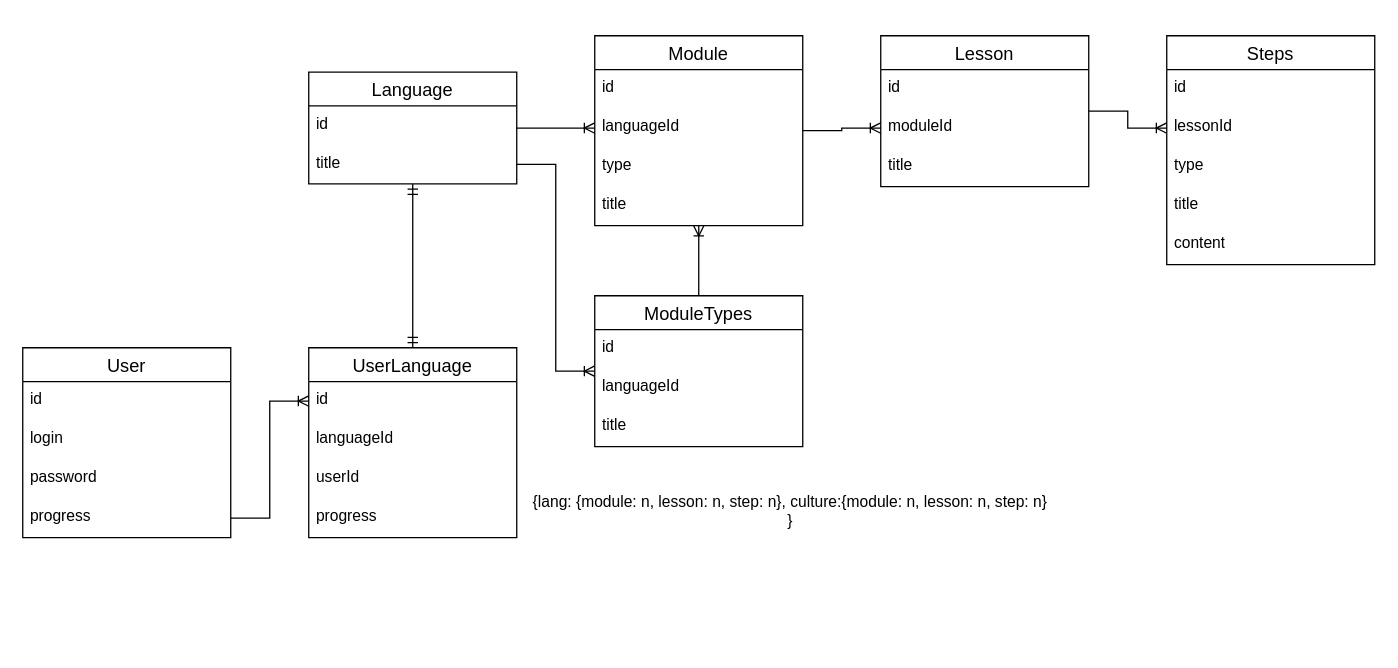
This is server/LearLangServerModel.drawio from Arteminariy/LearnLang, a draw.io file, before an edit. Source tidied: cells renumbered, new cells numbered last; positions are measured from the earlier drawing's top-left corner, leaving out a move shared by most shapes. Both pictures are drawn from the tidied source at 130%, with x=0, y=0 at pixel (22, 35).
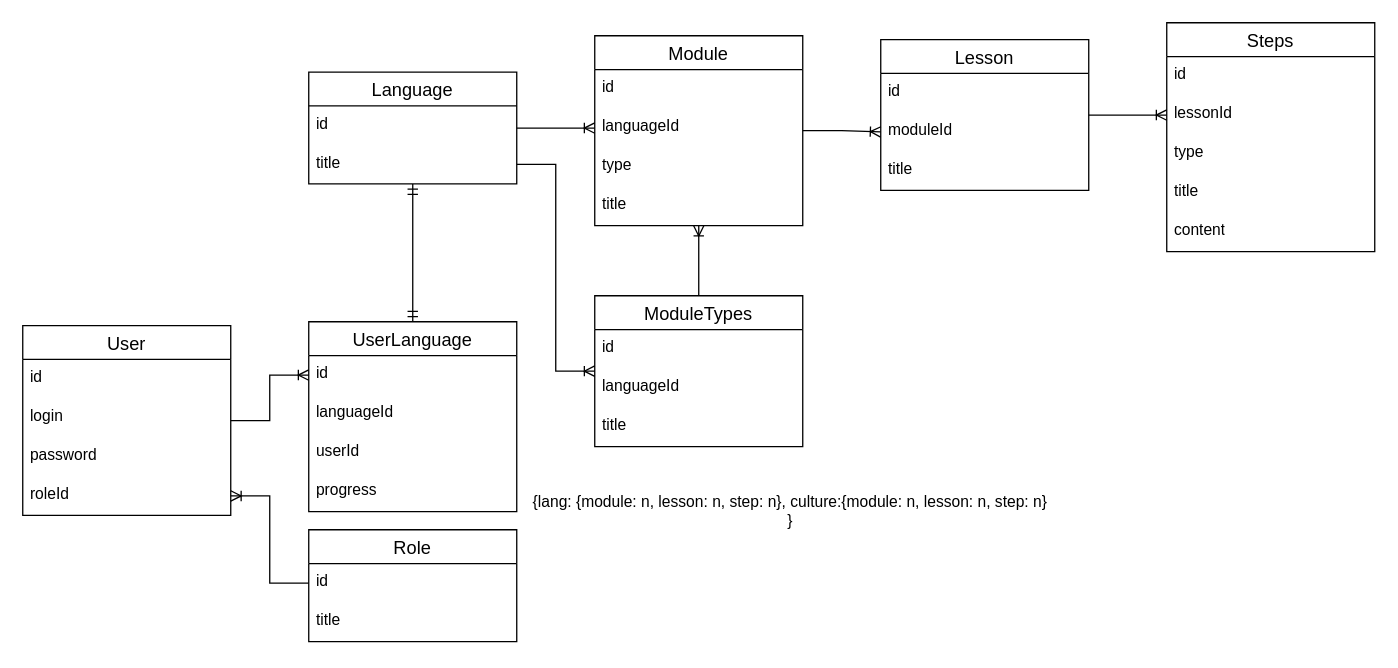
The same page after the edit.

Unchanged cells that the change refers to:
```xml
<mxCell id="29" value="id" style="text;strokeColor=none;fillColor=none;spacingLeft=4;spacingRight=4;overflow=hidden;points=[[0,0.5],[1,0.5]];portConstraint=eastwest;fontSize=12;whiteSpace=wrap;html=1;" parent="28" vertex="1">
  <mxGeometry y="26" width="160" height="30" as="geometry" />
</mxCell>
```

The edit, as a diff of the source:
```diff
@@
     <mxCell id="7" value="Lesson" style="swimlane;fontStyle=0;horizontal=1;startSize=26;align=center;fontSize=14;" parent="1" vertex="1">
-      <mxGeometry x="660" width="160" height="116" as="geometry" />
+      <mxGeometry x="660" y="3" width="160" height="116" as="geometry" />
     </mxCell>
@@
     <mxCell id="16" value="Steps" style="swimlane;fontStyle=0;horizontal=1;startSize=26;align=center;fontSize=14;" parent="1" vertex="1">
-      <mxGeometry x="880" width="160" height="176" as="geometry" />
+      <mxGeometry x="880" y="-10" width="160" height="176" as="geometry" />
     </mxCell>
@@
     <mxCell id="23" value="User" style="swimlane;fontStyle=0;horizontal=1;startSize=26;align=center;fontSize=14;" parent="1" vertex="1">
-      <mxGeometry y="240" width="160" height="146" as="geometry" />
+      <mxGeometry y="223" width="160" height="146" as="geometry" />
     </mxCell>
@@
-    <mxCell id="27" value="progress" style="text;strokeColor=none;fillColor=none;spacingLeft=4;spacingRight=4;overflow=hidden;points=[[0,0.5],[1,0.5]];portConstraint=eastwest;fontSize=12;whiteSpace=wrap;html=1;" parent="23" vertex="1">
-      <mxGeometry y="116" width="160" height="30" as="geometry" />
-    </mxCell>
+    <mxCell id="43" value="roleId" style="text;strokeColor=none;fillColor=none;spacingLeft=4;spacingRight=4;overflow=hidden;points=[[0,0.5],[1,0.5]];portConstraint=eastwest;fontSize=12;whiteSpace=wrap;html=1;" parent="23" vertex="1">
+      <mxGeometry y="116" width="160" height="30" as="geometry" />
+    </mxCell>
     <mxCell id="28" value="UserLanguage" style="swimlane;fontStyle=0;horizontal=1;startSize=26;align=center;fontSize=14;" parent="1" vertex="1">
-      <mxGeometry x="220" y="240" width="160" height="146" as="geometry" />
+      <mxGeometry x="220" y="220" width="160" height="146" as="geometry" />
     </mxCell>
@@
-    <mxCell id="33" style="edgeStyle=entityRelationEdgeStyle;fontSize=12;html=1;endArrow=ERoneToMany;rounded=0;" parent="1" edge="1" source="27" target="29">
+    <mxCell id="33" style="edgeStyle=entityRelationEdgeStyle;fontSize=12;html=1;endArrow=ERoneToMany;rounded=0;" parent="1" edge="1" source="23" target="29">
       <mxGeometry relative="1" as="geometry" />
     </mxCell>
@@
+    <mxCell id="44" value="Role" style="swimlane;fontStyle=0;horizontal=1;startSize=26;align=center;fontSize=14;" parent="1" vertex="1">
+      <mxGeometry x="220" y="380" width="160" height="86" as="geometry" />
+    </mxCell>
+    <mxCell id="45" value="id" style="text;strokeColor=none;fillColor=none;spacingLeft=4;spacingRight=4;overflow=hidden;points=[[0,0.5],[1,0.5]];portConstraint=eastwest;fontSize=12;whiteSpace=wrap;html=1;" parent="44" vertex="1">
+      <mxGeometry y="26" width="160" height="30" as="geometry" />
+    </mxCell>
+    <mxCell id="46" value="title" style="text;strokeColor=none;fillColor=none;spacingLeft=4;spacingRight=4;overflow=hidden;fontSize=12;whiteSpace=wrap;html=1;" parent="44" vertex="1">
+      <mxGeometry y="56" width="160" height="30" as="geometry" />
+    </mxCell>
+    <mxCell id="47" style="edgeStyle=entityRelationEdgeStyle;fontSize=12;html=1;endArrow=ERoneToMany;rounded=0;" parent="1" edge="1" source="45" target="43">
+      <mxGeometry relative="1" as="geometry" />
+    </mxCell>
```
